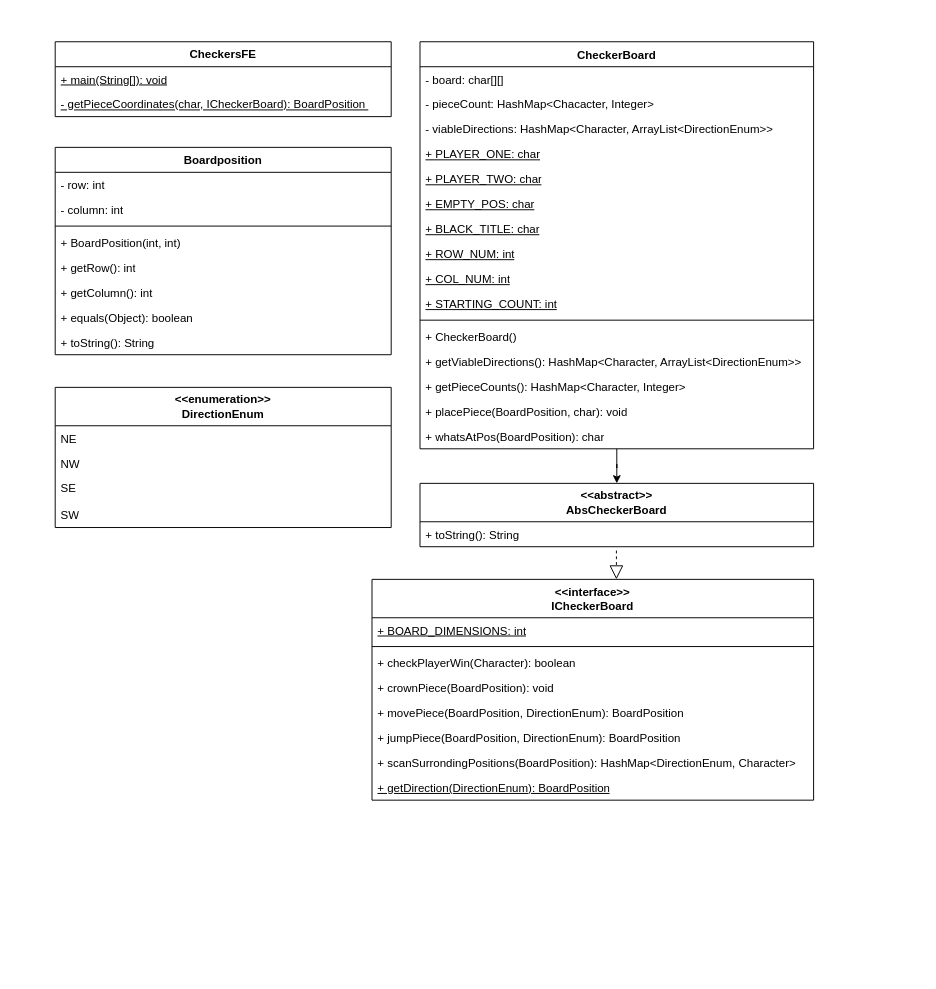
This is UMLs.drawio from ksurisetty11/checkers-project, a draw.io file, before an edit. Source tidied: cells renumbered, new cells numbered last; positions are measured from the earlier drawing's top-left corner, leaving out a move shared by most shapes. Both pictures are drawn from the tidied source at 96%, with x=0, y=0 at pixel (55, 41).
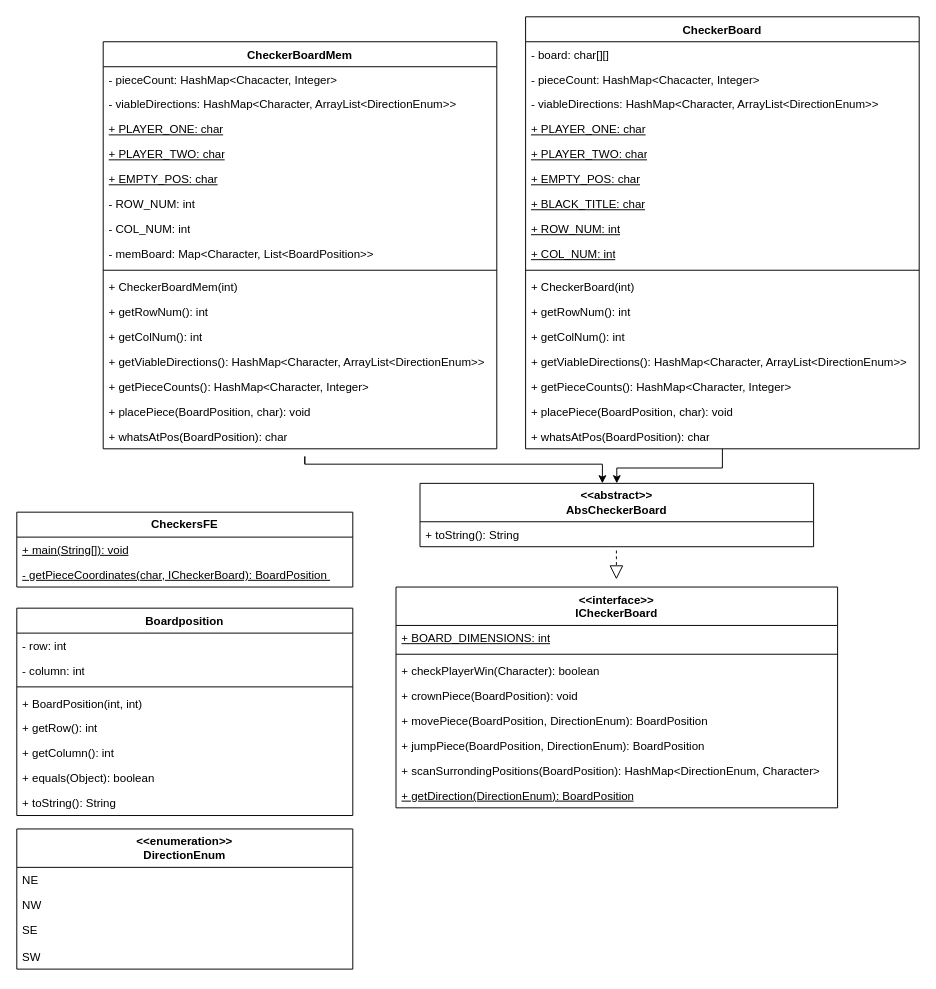
After the change.

Change to the diagram source:
```diff
@@
     <mxCell id="2" value="Boardposition" style="swimlane;fontStyle=1;align=center;verticalAlign=top;horizontal=1;startSize=26;whiteSpace=wrap;html=1;" parent="1" vertex="1">
-      <mxGeometry y="110" width="350" height="216" as="geometry" />
+      <mxGeometry x="-40" y="590" width="350" height="216" as="geometry" />
     </mxCell>
@@
     <mxCell id="11" value="&lt;b&gt;CheckersFE&lt;/b&gt;" style="swimlane;fontStyle=0;horizontal=1;startSize=26;fillColor=none;whiteSpace=wrap;html=1;" parent="1" vertex="1">
-      <mxGeometry width="350" height="78" as="geometry" />
+      <mxGeometry x="-40" y="490" width="350" height="78" as="geometry" />
     </mxCell>
@@
     <mxCell id="14" value="&lt;b&gt;&amp;lt;&amp;lt;enumeration&amp;gt;&amp;gt;&lt;/b&gt;&lt;div&gt;&lt;b&gt;DirectionEnum&lt;/b&gt;&lt;/div&gt;" style="swimlane;fontStyle=0;horizontal=1;startSize=40;fillColor=none;whiteSpace=wrap;html=1;" parent="1" vertex="1">
-      <mxGeometry y="360" width="350" height="146" as="geometry" />
+      <mxGeometry x="-40" y="820" width="350" height="146" as="geometry" />
     </mxCell>
@@
     <mxCell id="21" value="CheckerBoard" style="swimlane;fontStyle=1;align=center;verticalAlign=top;horizontal=1;startSize=26;whiteSpace=wrap;html=1;" parent="1" vertex="1">
-      <mxGeometry x="380" width="410" height="424" as="geometry" />
+      <mxGeometry x="490" y="-26" width="410" height="450" as="geometry" />
     </mxCell>
@@
-    <mxCell id="31" value="+ STARTING_COUNT: int" style="text;strokeColor=none;fillColor=none;align=left;verticalAlign=top;spacingLeft=4;spacingRight=4;overflow=hidden;whiteSpace=wrap;html=1;fontStyle=4;" parent="21" vertex="1">
-      <mxGeometry y="260" width="410" height="26" as="geometry" />
-    </mxCell>
     <mxCell id="32" style="line;strokeWidth=1;fillColor=none;align=left;verticalAlign=middle;spacingTop=-1;spacingLeft=3;spacingRight=3;labelPosition=right;strokeColor=inherit;" parent="21" vertex="1">
-      <mxGeometry y="286" width="410" height="8" as="geometry" />
+      <mxGeometry y="260" width="410" height="8" as="geometry" />
     </mxCell>
-    <mxCell id="33" value="+ CheckerBoard()" style="text;strokeColor=none;fillColor=none;align=left;verticalAlign=top;spacingLeft=4;spacingRight=4;overflow=hidden;whiteSpace=wrap;html=1;" parent="21" vertex="1">
-      <mxGeometry y="294" width="410" height="26" as="geometry" />
+    <mxCell id="33" value="+ CheckerBoard(int)" style="text;strokeColor=none;fillColor=none;align=left;verticalAlign=top;spacingLeft=4;spacingRight=4;overflow=hidden;whiteSpace=wrap;html=1;" parent="21" vertex="1">
+      <mxGeometry y="268" width="410" height="26" as="geometry" />
     </mxCell>
+    <mxCell id="49" value="+ getRowNum(): int" style="text;strokeColor=none;fillColor=none;align=left;verticalAlign=top;spacingLeft=4;spacingRight=4;overflow=hidden;whiteSpace=wrap;html=1;" parent="21" vertex="1">
+      <mxGeometry y="294" width="410" height="26" as="geometry" />
+    </mxCell>
+    <mxCell id="50" value="+ getColNum(): int" style="text;strokeColor=none;fillColor=none;align=left;verticalAlign=top;spacingLeft=4;spacingRight=4;overflow=hidden;whiteSpace=wrap;html=1;" parent="21" vertex="1">
+      <mxGeometry y="320" width="410" height="26" as="geometry" />
+    </mxCell>
     <mxCell id="34" value="+ getViableDirections(): HashMap&amp;lt;Character, ArrayList&amp;lt;DirectionEnum&amp;gt;&amp;gt;" style="text;strokeColor=none;fillColor=none;align=left;verticalAlign=top;spacingLeft=4;spacingRight=4;overflow=hidden;whiteSpace=wrap;html=1;" parent="21" vertex="1">
-      <mxGeometry y="320" width="410" height="26" as="geometry" />
+      <mxGeometry y="346" width="410" height="26" as="geometry" />
     </mxCell>
     <mxCell id="35" value="+ getPieceCounts(): HashMap&amp;lt;Character, Integer&amp;gt;" style="text;strokeColor=none;fillColor=none;align=left;verticalAlign=top;spacingLeft=4;spacingRight=4;overflow=hidden;whiteSpace=wrap;html=1;" parent="21" vertex="1">
-      <mxGeometry y="346" width="410" height="26" as="geometry" />
+      <mxGeometry y="372" width="410" height="26" as="geometry" />
     </mxCell>
     <mxCell id="36" value="+ placePiece(BoardPosition, char): void" style="text;strokeColor=none;fillColor=none;align=left;verticalAlign=top;spacingLeft=4;spacingRight=4;overflow=hidden;whiteSpace=wrap;html=1;" parent="21" vertex="1">
-      <mxGeometry y="372" width="410" height="26" as="geometry" />
+      <mxGeometry y="398" width="410" height="26" as="geometry" />
     </mxCell>
     <mxCell id="37" value="+ whatsAtPos(BoardPosition): char" style="text;strokeColor=none;fillColor=none;align=left;verticalAlign=top;spacingLeft=4;spacingRight=4;overflow=hidden;whiteSpace=wrap;html=1;" parent="21" vertex="1">
-      <mxGeometry y="398" width="410" height="26" as="geometry" />
+      <mxGeometry y="424" width="410" height="26" as="geometry" />
     </mxCell>
     <mxCell id="38" value="&amp;lt;&amp;lt;interface&amp;gt;&amp;gt;&lt;div&gt;ICheckerBoard&lt;/div&gt;" style="swimlane;fontStyle=1;align=center;verticalAlign=top;horizontal=1;startSize=40;whiteSpace=wrap;html=1;" parent="1" vertex="1">
-      <mxGeometry x="330" y="560" width="460" height="230" as="geometry" />
+      <mxGeometry x="355" y="568" width="460" height="230" as="geometry" />
     </mxCell>
@@
+    <mxCell id="51" style="edgeStyle=orthogonalEdgeStyle;rounded=0;orthogonalLoop=1;jettySize=auto;html=1;" parent="1" edge="1">
+      <mxGeometry relative="1" as="geometry">
+        <mxPoint x="260" y="440" as="sourcePoint" />
+        <mxPoint x="570" y="460" as="targetPoint" />
+        <Array as="points">
+          <mxPoint x="260" y="432" />
+          <mxPoint x="260" y="440" />
+          <mxPoint x="570" y="440" />
+        </Array>
+      </mxGeometry>
+    </mxCell>
+    <mxCell id="52" value="CheckerBoardMem" style="swimlane;fontStyle=1;align=center;verticalAlign=top;horizontal=1;startSize=26;whiteSpace=wrap;html=1;" parent="1" vertex="1">
+      <mxGeometry x="50" width="410" height="424" as="geometry" />
+    </mxCell>
+    <mxCell id="53" value="- pieceCount: HashMap&amp;lt;Chacacter, Integer&amp;gt;" style="text;strokeColor=none;fillColor=none;align=left;verticalAlign=top;spacingLeft=4;spacingRight=4;overflow=hidden;whiteSpace=wrap;html=1;" parent="52" vertex="1">
+      <mxGeometry y="26" width="410" height="26" as="geometry" />
+    </mxCell>
+    <mxCell id="54" value="- viableDirections: HashMap&amp;lt;Character, ArrayList&amp;lt;DirectionEnum&amp;gt;&amp;gt;" style="text;strokeColor=none;fillColor=none;align=left;verticalAlign=top;spacingLeft=4;spacingRight=4;overflow=hidden;whiteSpace=wrap;html=1;" parent="52" vertex="1">
+      <mxGeometry y="52" width="410" height="26" as="geometry" />
+    </mxCell>
+    <mxCell id="55" value="&lt;u&gt;+ PLAYER_ONE: char&lt;/u&gt;" style="text;strokeColor=none;fillColor=none;align=left;verticalAlign=top;spacingLeft=4;spacingRight=4;overflow=hidden;whiteSpace=wrap;html=1;" parent="52" vertex="1">
+      <mxGeometry y="78" width="410" height="26" as="geometry" />
+    </mxCell>
+    <mxCell id="56" value="+ PLAYER_TWO: char" style="text;strokeColor=none;fillColor=none;align=left;verticalAlign=top;spacingLeft=4;spacingRight=4;overflow=hidden;whiteSpace=wrap;html=1;fontStyle=4;" parent="52" vertex="1">
+      <mxGeometry y="104" width="410" height="26" as="geometry" />
+    </mxCell>
+    <mxCell id="57" value="+ EMPTY_POS: char" style="text;strokeColor=none;fillColor=none;align=left;verticalAlign=top;spacingLeft=4;spacingRight=4;overflow=hidden;whiteSpace=wrap;html=1;fontStyle=4;" parent="52" vertex="1">
+      <mxGeometry y="130" width="410" height="26" as="geometry" />
+    </mxCell>
+    <mxCell id="58" value="- ROW_NUM: int" style="text;strokeColor=none;fillColor=none;align=left;verticalAlign=top;spacingLeft=4;spacingRight=4;overflow=hidden;whiteSpace=wrap;html=1;fontStyle=0;" parent="52" vertex="1">
+      <mxGeometry y="156" width="410" height="26" as="geometry" />
+    </mxCell>
+    <mxCell id="59" value="- COL_NUM: int" style="text;strokeColor=none;fillColor=none;align=left;verticalAlign=top;spacingLeft=4;spacingRight=4;overflow=hidden;whiteSpace=wrap;html=1;fontStyle=0;" parent="52" vertex="1">
+      <mxGeometry y="182" width="410" height="26" as="geometry" />
+    </mxCell>
+    <mxCell id="60" value="- memBoard: Map&amp;lt;Character, List&amp;lt;BoardPosition&amp;gt;&amp;gt;" style="text;strokeColor=none;fillColor=none;align=left;verticalAlign=top;spacingLeft=4;spacingRight=4;overflow=hidden;whiteSpace=wrap;html=1;fontStyle=0;" parent="52" vertex="1">
+      <mxGeometry y="208" width="410" height="26" as="geometry" />
+    </mxCell>
+    <mxCell id="61" style="line;strokeWidth=1;fillColor=none;align=left;verticalAlign=middle;spacingTop=-1;spacingLeft=3;spacingRight=3;labelPosition=right;strokeColor=inherit;" parent="52" vertex="1">
+      <mxGeometry y="234" width="410" height="8" as="geometry" />
+    </mxCell>
+    <mxCell id="62" value="+ CheckerBoardMem(int)" style="text;strokeColor=none;fillColor=none;align=left;verticalAlign=top;spacingLeft=4;spacingRight=4;overflow=hidden;whiteSpace=wrap;html=1;" parent="52" vertex="1">
+      <mxGeometry y="242" width="410" height="26" as="geometry" />
+    </mxCell>
+    <mxCell id="63" value="+ getRowNum(): int" style="text;strokeColor=none;fillColor=none;align=left;verticalAlign=top;spacingLeft=4;spacingRight=4;overflow=hidden;whiteSpace=wrap;html=1;" parent="52" vertex="1">
+      <mxGeometry y="268" width="410" height="26" as="geometry" />
+    </mxCell>
+    <mxCell id="64" value="+ getColNum(): int" style="text;strokeColor=none;fillColor=none;align=left;verticalAlign=top;spacingLeft=4;spacingRight=4;overflow=hidden;whiteSpace=wrap;html=1;" parent="52" vertex="1">
+      <mxGeometry y="294" width="410" height="26" as="geometry" />
+    </mxCell>
+    <mxCell id="65" value="+ getViableDirections(): HashMap&amp;lt;Character, ArrayList&amp;lt;DirectionEnum&amp;gt;&amp;gt;" style="text;strokeColor=none;fillColor=none;align=left;verticalAlign=top;spacingLeft=4;spacingRight=4;overflow=hidden;whiteSpace=wrap;html=1;" parent="52" vertex="1">
+      <mxGeometry y="320" width="410" height="26" as="geometry" />
+    </mxCell>
+    <mxCell id="66" value="+ getPieceCounts(): HashMap&amp;lt;Character, Integer&amp;gt;" style="text;strokeColor=none;fillColor=none;align=left;verticalAlign=top;spacingLeft=4;spacingRight=4;overflow=hidden;whiteSpace=wrap;html=1;" parent="52" vertex="1">
+      <mxGeometry y="346" width="410" height="26" as="geometry" />
+    </mxCell>
+    <mxCell id="67" value="+ placePiece(BoardPosition, char): void" style="text;strokeColor=none;fillColor=none;align=left;verticalAlign=top;spacingLeft=4;spacingRight=4;overflow=hidden;whiteSpace=wrap;html=1;" parent="52" vertex="1">
+      <mxGeometry y="372" width="410" height="26" as="geometry" />
+    </mxCell>
+    <mxCell id="68" value="+ whatsAtPos(BoardPosition): char" style="text;strokeColor=none;fillColor=none;align=left;verticalAlign=top;spacingLeft=4;spacingRight=4;overflow=hidden;whiteSpace=wrap;html=1;" parent="52" vertex="1">
+      <mxGeometry y="398" width="410" height="26" as="geometry" />
+    </mxCell>
```
